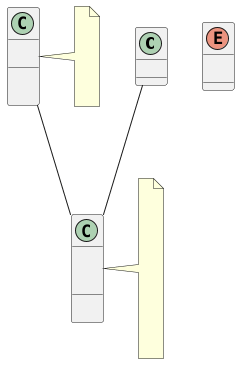
ernarrchiik/se-practice keeps this PlantUML diagram as week-04/models/img/class.png. Above is the earlier version. The source it was exported from:
```plantuml
@startuml
skinparam classAttributeIconSize 0

class Student {
    - studentId : String
}

class Room {
    - roomId : String
    - isBlocked : Boolean
    + isAvailable(startTime : DateTime, endTime : DateTime) : Boolean
    + block() : void
    + unblock() : void
}

class Booking {
    - bookingId : String
    - startTime : DateTime
    - endTime : DateTime
    - status : BookingStatus
    + cancel() : void
    + confirmationDetails() : String
}

enum BookingStatus {
    ACTIVE
    CANCELLED
}

Student "1" -- "0..*" Booking : makes
Room "1" -- "0..*" Booking : reserved for

note right of Booking
    R1: startTime must be in the future.
    0 < endTime - startTime <= 2 hours.

    R2: ACTIVE bookings for the same Room
    must not overlap.

    Assumption: touching bookings are allowed.
    Overlap exists when:
    startA < endB and startB < endA.

    US-03: only the owning Student
    may cancel a Booking.

    R4: a successful booking
    produces confirmation.
end note

note right of Room
    R3: a blocked Room cannot
    accept a new Booking.

    Assumption: blocking a Room
    preserves existing bookings.

    US-05: usage can be derived from
    associated bookings for a selected period.
end note
@enduml
```
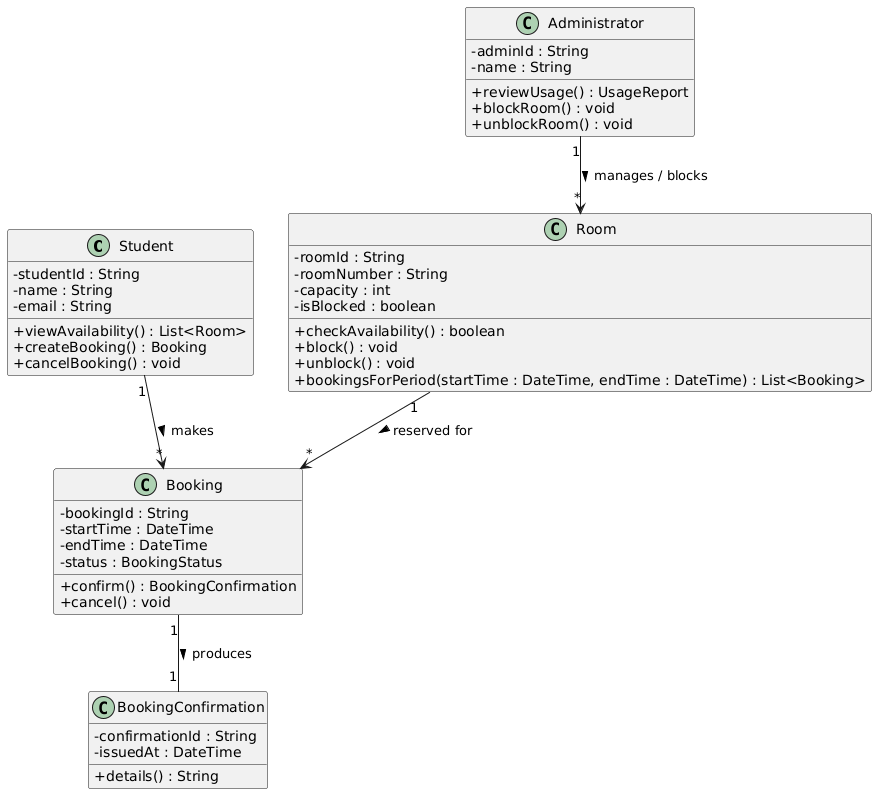
Later version of the same file.

Commit message:
week-04: evaluate AI critique and clarify usage query

Diff of the diagram source:
```diff
@@ -2,60 +2,50 @@
 skinparam classAttributeIconSize 0
 
 class Student {
-    - studentId : String
+  - studentId : String
+  - name : String
+  - email : String
+  + viewAvailability() : List<Room>
+  + createBooking() : Booking
+  + cancelBooking() : void
 }
 
 class Room {
-    - roomId : String
-    - isBlocked : Boolean
-    + isAvailable(startTime : DateTime, endTime : DateTime) : Boolean
-    + block() : void
-    + unblock() : void
+  - roomId : String
+  - roomNumber : String
+  - capacity : int
+  - isBlocked : boolean
+  + checkAvailability() : boolean
+  + block() : void
+  + unblock() : void
+  + bookingsForPeriod(startTime : DateTime, endTime : DateTime) : List<Booking>
 }
 
 class Booking {
-    - bookingId : String
-    - startTime : DateTime
-    - endTime : DateTime
-    - status : BookingStatus
-    + cancel() : void
-    + confirmationDetails() : String
+  - bookingId : String
+  - startTime : DateTime
+  - endTime : DateTime
+  - status : BookingStatus
+  + confirm() : BookingConfirmation
+  + cancel() : void
 }
 
-enum BookingStatus {
-    ACTIVE
-    CANCELLED
+class Administrator {
+  - adminId : String
+  - name : String
+  + reviewUsage() : UsageReport
+  + blockRoom() : void
+  + unblockRoom() : void
 }
 
-Student "1" -- "0..*" Booking : makes
-Room "1" -- "0..*" Booking : reserved for
+class BookingConfirmation {
+  - confirmationId : String
+  - issuedAt : DateTime
+  + details() : String
+}
 
-note right of Booking
-    R1: startTime must be in the future.
-    0 < endTime - startTime <= 2 hours.
-
-    R2: ACTIVE bookings for the same Room
-    must not overlap.
-
-    Assumption: touching bookings are allowed.
-    Overlap exists when:
-    startA < endB and startB < endA.
-
-    US-03: only the owning Student
-    may cancel a Booking.
-
-    R4: a successful booking
-    produces confirmation.
-end note
-
-note right of Room
-    R3: a blocked Room cannot
-    accept a new Booking.
-
-    Assumption: blocking a Room
-    preserves existing bookings.
-
-    US-05: usage can be derived from
-    associated bookings for a selected period.
-end note
+Student "1" --> "*" Booking : makes >
+Room "1" --> "*" Booking : reserved for >
+Administrator "1" --> "*" Room : manages / blocks >
+Booking "1" -- "1" BookingConfirmation : produces >
 @enduml
```
